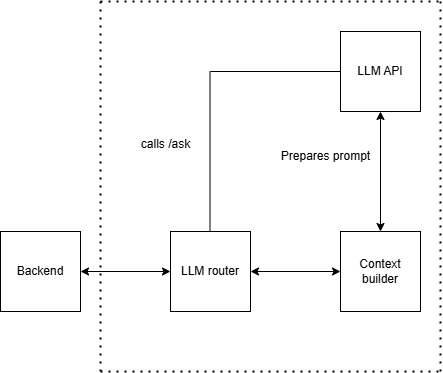
The draw.io diagram docs/images/05-Llmservice.png in Arquisoft/wichat_es2c, before a commit. Source tidied: cells renumbered, new cells last; positions are measured from the earlier drawing's top-left corner, leaving out a move shared by most shapes.
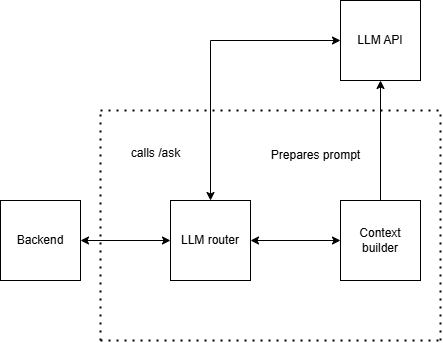
After the change.

What changed in the source:
```diff
@@ -17,52 +17,51 @@
     <mxCell id="6" value="Context builder" style="whiteSpace=wrap;html=1;" parent="1" vertex="1">
       <mxGeometry x="340" y="230" width="80" height="80" as="geometry" />
     </mxCell>
-    <mxCell id="7" style="endArrow=classic;startArrow=classic;html=1;rounded=0;exitX=0.5;exitY=0;exitDx=0;exitDy=0;entryX=0.5;entryY=1;entryDx=0;entryDy=0;" parent="1" edge="1" source="6" target="8">
-      <mxGeometry relative="1" as="geometry" />
-    </mxCell>
     <mxCell id="8" value="LLM API" style="whiteSpace=wrap;html=1;" parent="1" vertex="1">
       <mxGeometry x="340" y="30" width="80" height="80" as="geometry" />
     </mxCell>
-    <mxCell id="9" style="endArrow=none;html=1;rounded=0;" parent="1" edge="1">
-      <mxGeometry relative="1" as="geometry">
-        <mxPoint x="209.5" y="230" as="sourcePoint" />
-        <mxPoint x="209.5" y="70" as="targetPoint" />
-      </mxGeometry>
-    </mxCell>
-    <mxCell id="10" style="endArrow=none;html=1;rounded=0;entryX=0;entryY=0.5;entryDx=0;entryDy=0;" parent="1" edge="1" target="8">
-      <mxGeometry relative="1" as="geometry">
-        <mxPoint x="210" y="70" as="sourcePoint" />
-      </mxGeometry>
-    </mxCell>
     <mxCell id="11" value="calls /ask&lt;div&gt;&lt;br&gt;&lt;/div&gt;" style="text;html=1;align=center;verticalAlign=middle;strokeColor=none;fillColor=none;" parent="1" vertex="1">
-      <mxGeometry x="130" y="130" width="70" height="40" as="geometry" />
+      <mxGeometry x="120" y="170" width="70" height="40" as="geometry" />
     </mxCell>
     <mxCell id="12" value="Prepares prompt" style="text;html=1;align=center;verticalAlign=middle;strokeColor=none;fillColor=none;" parent="1" vertex="1">
-      <mxGeometry x="270" y="140" width="110" height="30" as="geometry" />
+      <mxGeometry x="260" y="170" width="110" height="30" as="geometry" />
     </mxCell>
-    <mxCell id="13" style="endArrow=none;dashed=1;html=1;dashPattern=1 3;strokeWidth=2;rounded=0;" parent="1" edge="1">
-      <mxGeometry relative="1" as="geometry">
-        <mxPoint x="100" y="370" as="sourcePoint" />
-        <mxPoint x="100" as="targetPoint" />
-      </mxGeometry>
-    </mxCell>
-    <mxCell id="14" style="endArrow=none;dashed=1;html=1;dashPattern=1 3;strokeWidth=2;rounded=0;" parent="1" edge="1">
-      <mxGeometry relative="1" as="geometry">
-        <mxPoint x="100" as="sourcePoint" />
-        <mxPoint x="440" as="targetPoint" />
-      </mxGeometry>
-    </mxCell>
-    <mxCell id="15" style="endArrow=none;dashed=1;html=1;dashPattern=1 3;strokeWidth=2;rounded=0;" parent="1" edge="1">
-      <mxGeometry relative="1" as="geometry">
-        <mxPoint x="100" y="370" as="sourcePoint" />
-        <mxPoint x="440" y="370" as="targetPoint" />
-      </mxGeometry>
-    </mxCell>
-    <mxCell id="16" style="endArrow=none;dashed=1;html=1;dashPattern=1 3;strokeWidth=2;rounded=0;" parent="1" edge="1">
-      <mxGeometry relative="1" as="geometry">
-        <mxPoint x="440" y="370" as="sourcePoint" />
-        <mxPoint x="440" as="targetPoint" />
-      </mxGeometry>
-    </mxCell>
+    <mxCell id="17" style="endArrow=none;dashed=1;html=1;dashPattern=1 3;strokeWidth=2;rounded=0;" parent="1" edge="1">
+      <mxGeometry relative="1" as="geometry">
+        <mxPoint x="100" y="140" as="sourcePoint" />
+        <mxPoint x="440" y="140" as="targetPoint" />
+      </mxGeometry>
+    </mxCell>
+    <mxCell id="18" style="endArrow=none;dashed=1;html=1;dashPattern=1 3;strokeWidth=2;rounded=0;" parent="1" edge="1">
+      <mxGeometry relative="1" as="geometry">
+        <mxPoint x="100" y="370" as="sourcePoint" />
+        <mxPoint x="440" y="370" as="targetPoint" />
+      </mxGeometry>
+    </mxCell>
+    <mxCell id="7" style="endArrow=classic;html=1;rounded=0;exitX=0.5;exitY=0;exitDx=0;exitDy=0;entryX=0.5;entryY=1;entryDx=0;entryDy=0;" parent="1" edge="1" source="6" target="8">
+      <mxGeometry relative="1" as="geometry" />
+    </mxCell>
+    <mxCell id="19" style="endArrow=classic;html=1;rounded=0;entryX=0;entryY=0.5;entryDx=0;entryDy=0;" parent="1" edge="1" target="8">
+      <mxGeometry relative="1" as="geometry">
+        <mxPoint x="210" y="70" as="sourcePoint" />
+      </mxGeometry>
+    </mxCell>
+    <mxCell id="20" style="endArrow=none;dashed=1;html=1;dashPattern=1 3;strokeWidth=2;rounded=0;" parent="1" edge="1">
+      <mxGeometry relative="1" as="geometry">
+        <mxPoint x="100" y="370" as="sourcePoint" />
+        <mxPoint x="100" y="140" as="targetPoint" />
+      </mxGeometry>
+    </mxCell>
+    <mxCell id="21" style="endArrow=none;dashed=1;html=1;dashPattern=1 3;strokeWidth=2;rounded=0;" parent="1" edge="1">
+      <mxGeometry relative="1" as="geometry">
+        <mxPoint x="440" y="370" as="sourcePoint" />
+        <mxPoint x="440" y="140" as="targetPoint" />
+      </mxGeometry>
+    </mxCell>
+    <mxCell id="22" style="endArrow=classic;html=1;rounded=0;entryX=0.5;entryY=0;entryDx=0;entryDy=0;" parent="1" edge="1" target="4">
+      <mxGeometry relative="1" as="geometry">
+        <mxPoint x="210" y="70" as="sourcePoint" />
+      </mxGeometry>
+    </mxCell>
   </root>
 </mxGraphModel>
```
